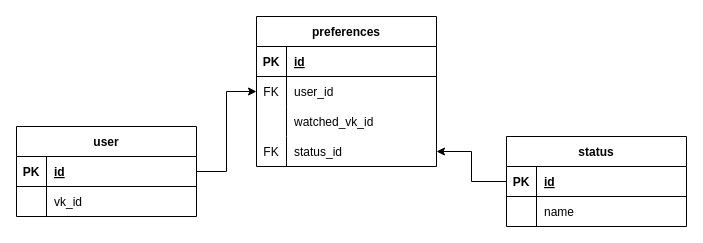
The draw.io diagram database/database.drawio in KeplerXIII/test_vk_bot_learning, before the edit. Source tidied: cells renumbered, new cells numbered last; positions are measured from the earlier drawing's top-left corner, leaving out a move shared by most shapes. Both pictures are drawn from the tidied source at 100%, with x=0, y=0 at pixel (16, 16).
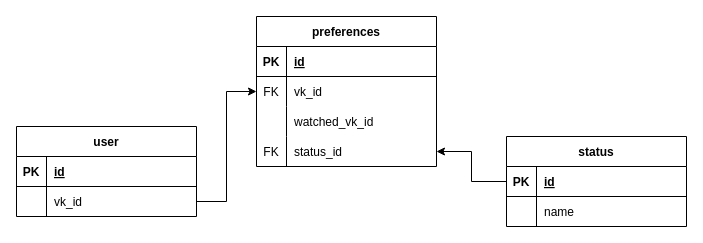
Above is the later version.

The change refers to these unchanged cells:
```xml
<mxCell id="6" style="shape=tableRow;horizontal=0;startSize=0;swimlaneHead=0;swimlaneBody=0;fillColor=none;points=[[0,0.5],[1,0.5]];portConstraint=eastwest;top=0;left=0;right=0;bottom=0;" parent="2" vertex="1">
  <mxGeometry y="60" width="180" height="30" as="geometry" />
</mxCell>
<mxCell id="24" style="shape=tableRow;horizontal=0;startSize=0;swimlaneHead=0;swimlaneBody=0;fillColor=none;points=[[0,0.5],[1,0.5]];portConstraint=eastwest;top=0;left=0;right=0;bottom=1;" parent="23" vertex="1">
  <mxGeometry y="30" width="180" height="30" as="geometry" />
</mxCell>
<mxCell id="27" style="shape=tableRow;horizontal=0;startSize=0;swimlaneHead=0;swimlaneBody=0;fillColor=none;points=[[0,0.5],[1,0.5]];portConstraint=eastwest;top=0;left=0;right=0;bottom=0;" parent="23" vertex="1">
  <mxGeometry y="60" width="180" height="30" as="geometry" />
</mxCell>
```

What changed in the source:
```diff
@@
-    <mxCell id="8" value="user_id" style="shape=partialRectangle;fillColor=none;top=0;left=0;bottom=0;right=0;align=left;spacingLeft=6;overflow=hidden;" parent="6" vertex="1">
+    <mxCell id="8" value="vk_id" style="shape=partialRectangle;fillColor=none;top=0;left=0;bottom=0;right=0;align=left;spacingLeft=6;overflow=hidden;" parent="6" vertex="1">
       <mxGeometry x="30" width="150" height="30" as="geometry" />
     </mxCell>
@@
-    <mxCell id="30" style="edgeStyle=orthogonalEdgeStyle;rounded=0;jettySize=auto;html=1;exitX=1;exitY=0.5;exitDx=0;exitDy=0;" parent="1" edge="1" source="24" target="6">
+    <mxCell id="30" style="edgeStyle=orthogonalEdgeStyle;rounded=0;jettySize=auto;html=1;exitX=1;exitY=0.5;exitDx=0;exitDy=0;" parent="1" edge="1" source="27" target="6">
       <mxGeometry relative="1" as="geometry" />
     </mxCell>
```
